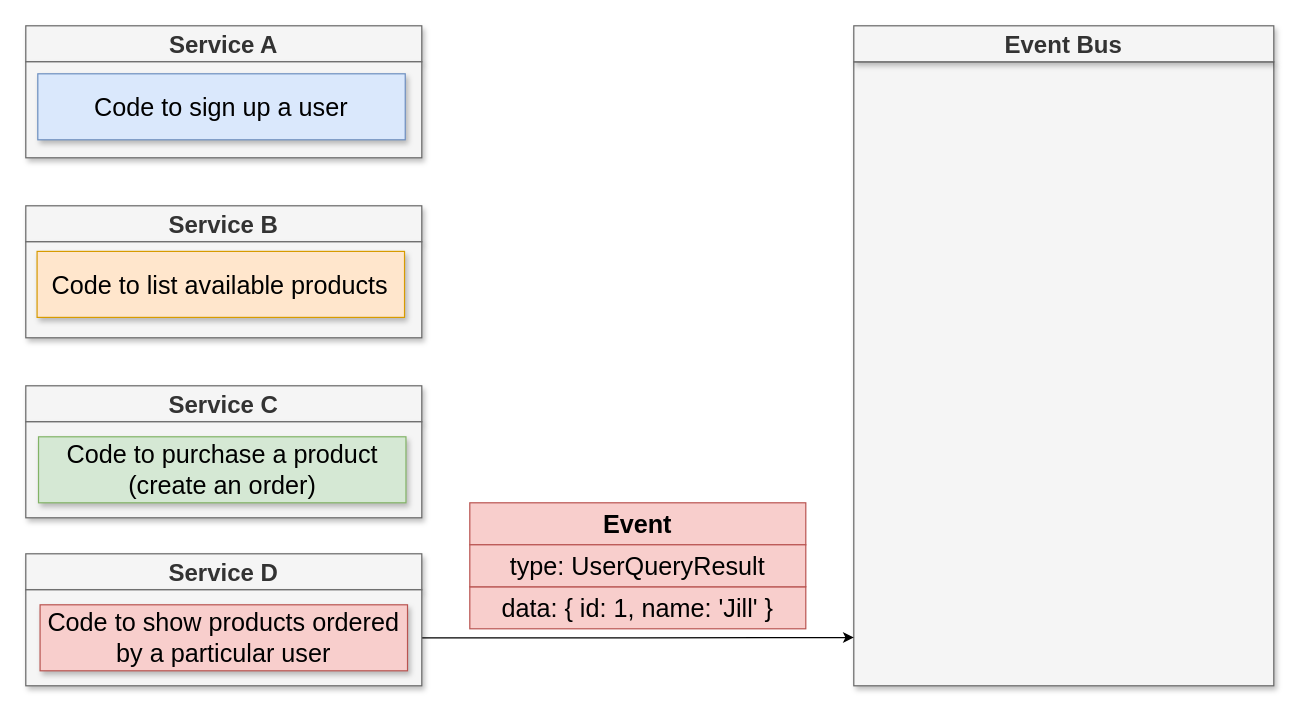
The draw.io diagram page "13 - events a" (7 of 23) of class/04-micro-services-async/04-micro-services-async.drawio in scalable-web-systems/497s-F22, before the edit. Source tidied: cells renumbered, new cells numbered last; positions are measured from the earlier drawing's top-left corner, leaving out a move shared by most shapes. Both pictures are drawn from the tidied source at 120%, with x=0, y=0 at pixel (25, 25).
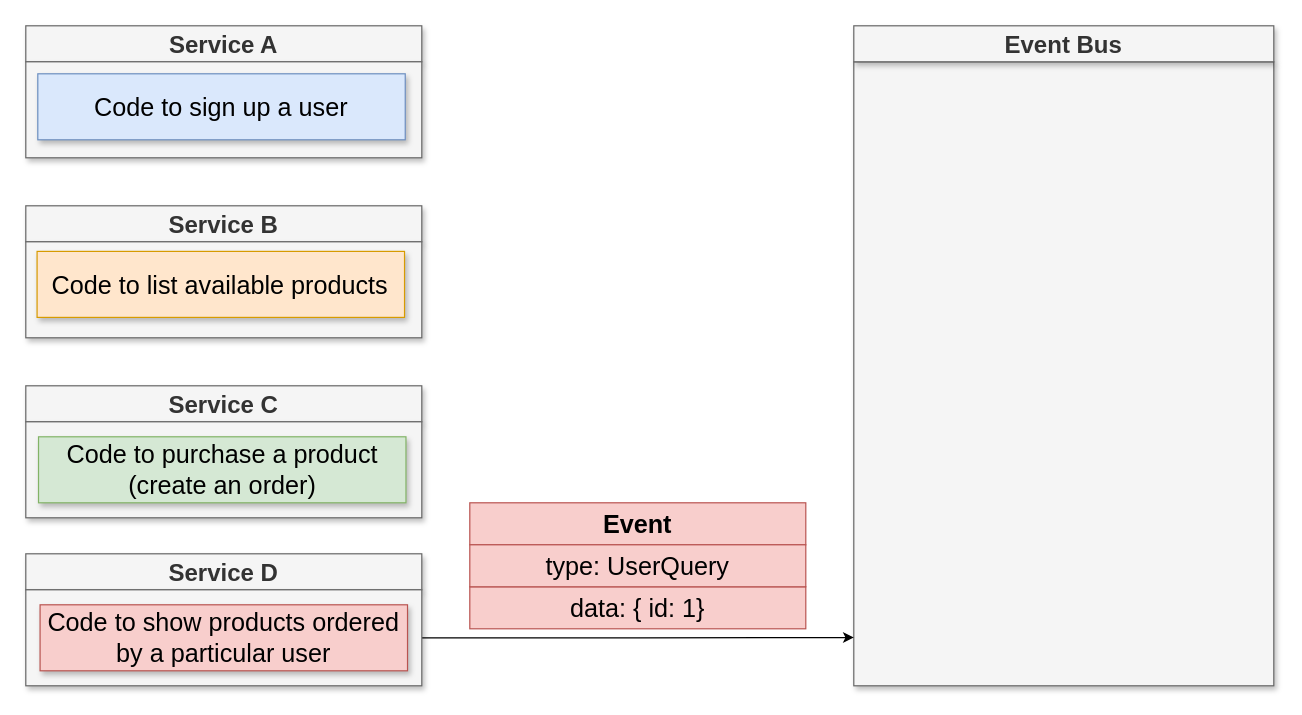
The same diagram, later.

Change to the diagram source:
```diff
@@
-    <mxCell id="17" value="data: { id: 1, name: 'Jill' }" style="rounded=0;whiteSpace=wrap;html=1;shadow=0;fontSize=21;fillColor=#f8cecc;strokeColor=#b85450;" parent="1" vertex="1">
+    <mxCell id="17" value="data: { id: 1}" style="rounded=0;whiteSpace=wrap;html=1;shadow=0;fontSize=21;fillColor=#f8cecc;strokeColor=#b85450;" parent="1" vertex="1">
       <mxGeometry x="370" y="467.5" width="280" height="35" as="geometry" />
     </mxCell>
@@
-    <mxCell id="19" value="&lt;span&gt;type: UserQueryResult&lt;/span&gt;" style="rounded=0;whiteSpace=wrap;html=1;shadow=0;fontSize=21;fillColor=#f8cecc;strokeColor=#b85450;fontStyle=0;" parent="1" vertex="1">
+    <mxCell id="19" value="&lt;span&gt;type: UserQuery&lt;/span&gt;" style="rounded=0;whiteSpace=wrap;html=1;shadow=0;fontSize=21;fillColor=#f8cecc;strokeColor=#b85450;fontStyle=0;" parent="1" vertex="1">
       <mxGeometry x="370" y="432.5" width="280" height="35" as="geometry" />
     </mxCell>
```
